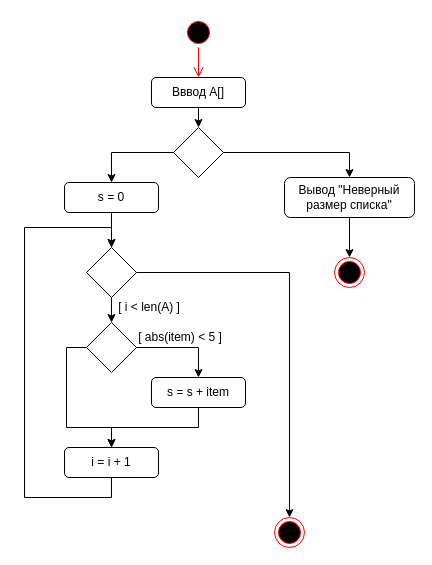
Before: Examples/exl1.drawio in ArondightWhite/lab5, a draw.io diagram. Source tidied: cells renumbered, new cells numbered last; positions are measured from the earlier drawing's top-left corner, leaving out a move shared by most shapes. Both pictures are drawn from the tidied source at 100%, with x=0, y=0 at pixel (24, 17).
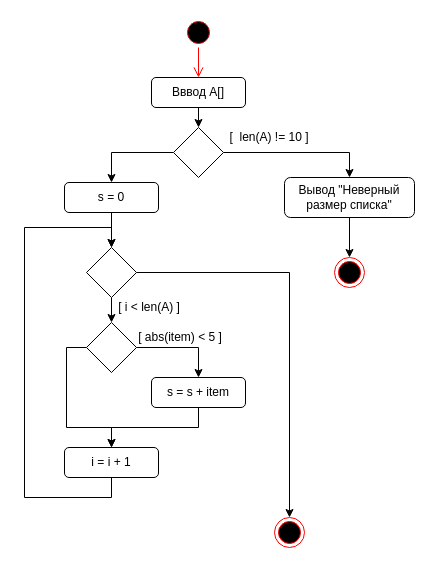
After the change.

The edit, as a diff of the source:
```diff
@@
+    <mxCell id="27" value="[&amp;nbsp; len(A) != 10 ]" style="text;html=1;strokeColor=none;fillColor=none;align=center;verticalAlign=middle;whiteSpace=wrap;rounded=0;labelBackgroundColor=none;fontFamily=Helvetica;fontColor=#000000;" parent="1" vertex="1">
+      <mxGeometry x="200" y="110" width="90" height="20" as="geometry" />
+    </mxCell>
```
